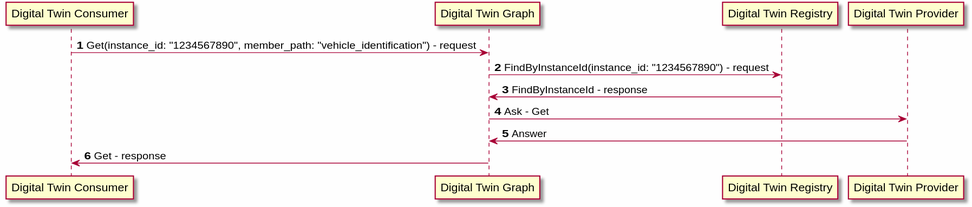
Earlier version of the PlantUML export docs/design/modules/digital_twin_graph/diagrams/get_sequence.svg (eclipse-ibeji/ibeji). Source of this version:
```plantuml
@startuml
skinparamlocked backgroundColor fefefe

autonumber

participant "Digital Twin Consumer" as CONSUMER
participant "Digital Twin Graph" as DIGITAL_TWIN_GRAPH
participant "Digital Twin Registry" as DIGITAL_TWIN_REGISTRY
participant "Digital Twin Provider" as PROVIDER

CONSUMER -> DIGITAL_TWIN_GRAPH: Get(instance_id: "1234567890", member_path: "vehicle_identification") - request

DIGITAL_TWIN_GRAPH -> DIGITAL_TWIN_REGISTRY: FindByInstanceId(instance_id: "1234567890") - request
DIGITAL_TWIN_GRAPH <- DIGITAL_TWIN_REGISTRY: FindByInstanceId - response

DIGITAL_TWIN_GRAPH -> PROVIDER: Ask - Get

DIGITAL_TWIN_GRAPH <- PROVIDER: Answer

CONSUMER <- DIGITAL_TWIN_GRAPH: Get - response

@enduml
```
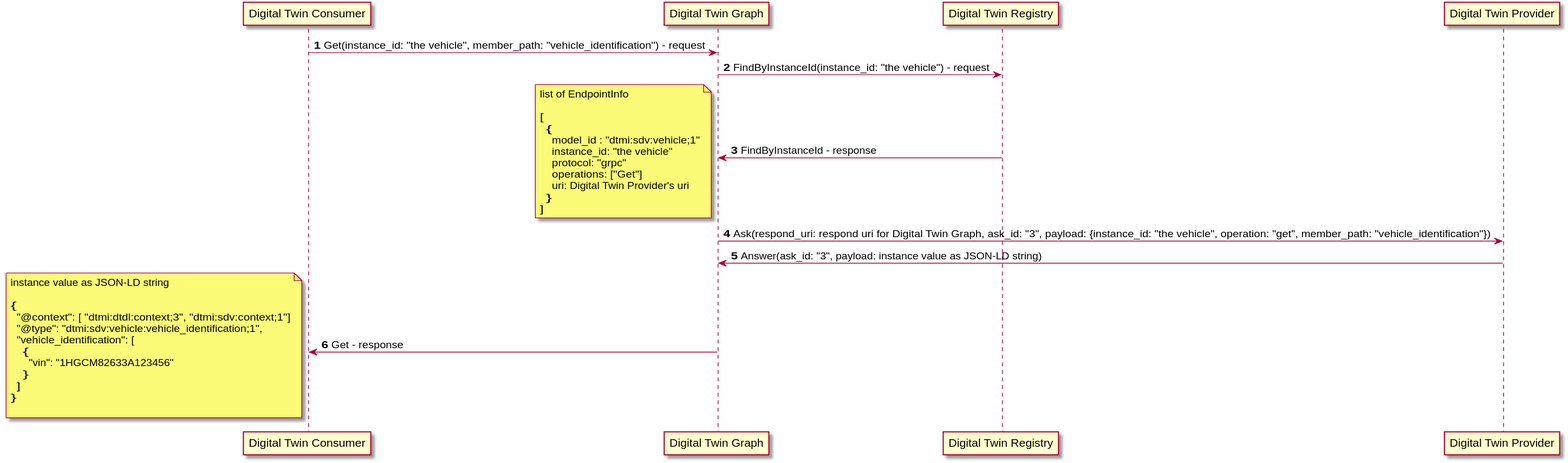
The same diagram one commit later.

Commit message:
Digital Twin Graph

Diff of the diagram source:
```diff
@@ -1,5 +1,4 @@
 @startuml
-skinparamlocked backgroundColor fefefe
 
 autonumber
 
@@ -8,15 +7,41 @@
 participant "Digital Twin Registry" as DIGITAL_TWIN_REGISTRY
 participant "Digital Twin Provider" as PROVIDER
 
-CONSUMER -> DIGITAL_TWIN_GRAPH: Get(instance_id: "1234567890", member_path: "vehicle_identification") - request
+CONSUMER -> DIGITAL_TWIN_GRAPH: Get(instance_id: "the vehicle", member_path: "vehicle_identification") - request
 
-DIGITAL_TWIN_GRAPH -> DIGITAL_TWIN_REGISTRY: FindByInstanceId(instance_id: "1234567890") - request
+DIGITAL_TWIN_GRAPH -> DIGITAL_TWIN_REGISTRY: FindByInstanceId(instance_id: "the vehicle") - request
 DIGITAL_TWIN_GRAPH <- DIGITAL_TWIN_REGISTRY: FindByInstanceId - response
+note left
+  list of EndpointInfo
 
-DIGITAL_TWIN_GRAPH -> PROVIDER: Ask - Get
+  [
+    {
+      model_id : "dtmi:sdv:vehicle;1"
+      instance_id: "the vehicle"
+      protocol: "grpc"
+      operations: ["Get"]
+      uri: Digital Twin Provider's uri
+    }
+  ]
+end note
 
-DIGITAL_TWIN_GRAPH <- PROVIDER: Answer
+DIGITAL_TWIN_GRAPH -> PROVIDER: Ask(respond_uri: respond uri for Digital Twin Graph, ask_id: "3", payload: {instance_id: "the vehicle", operation: "get", member_path: "vehicle_identification"})
+DIGITAL_TWIN_GRAPH <- PROVIDER: Answer(ask_id: "3", payload: instance value as JSON-LD string)
 
 CONSUMER <- DIGITAL_TWIN_GRAPH: Get - response
+note left
+  instance value as JSON-LD string
+
+  {
+    "@context": [ "dtmi:dtdl:context;3", "dtmi:sdv:context;1"]
+    "@type": "dtmi:sdv:vehicle:vehicle_identification;1",
+    "vehicle_identification": [
+      {
+        "vin": "1HGCM82633A123456"
+      }
+    ]
+  }
+
+end note
 
 @enduml
```
